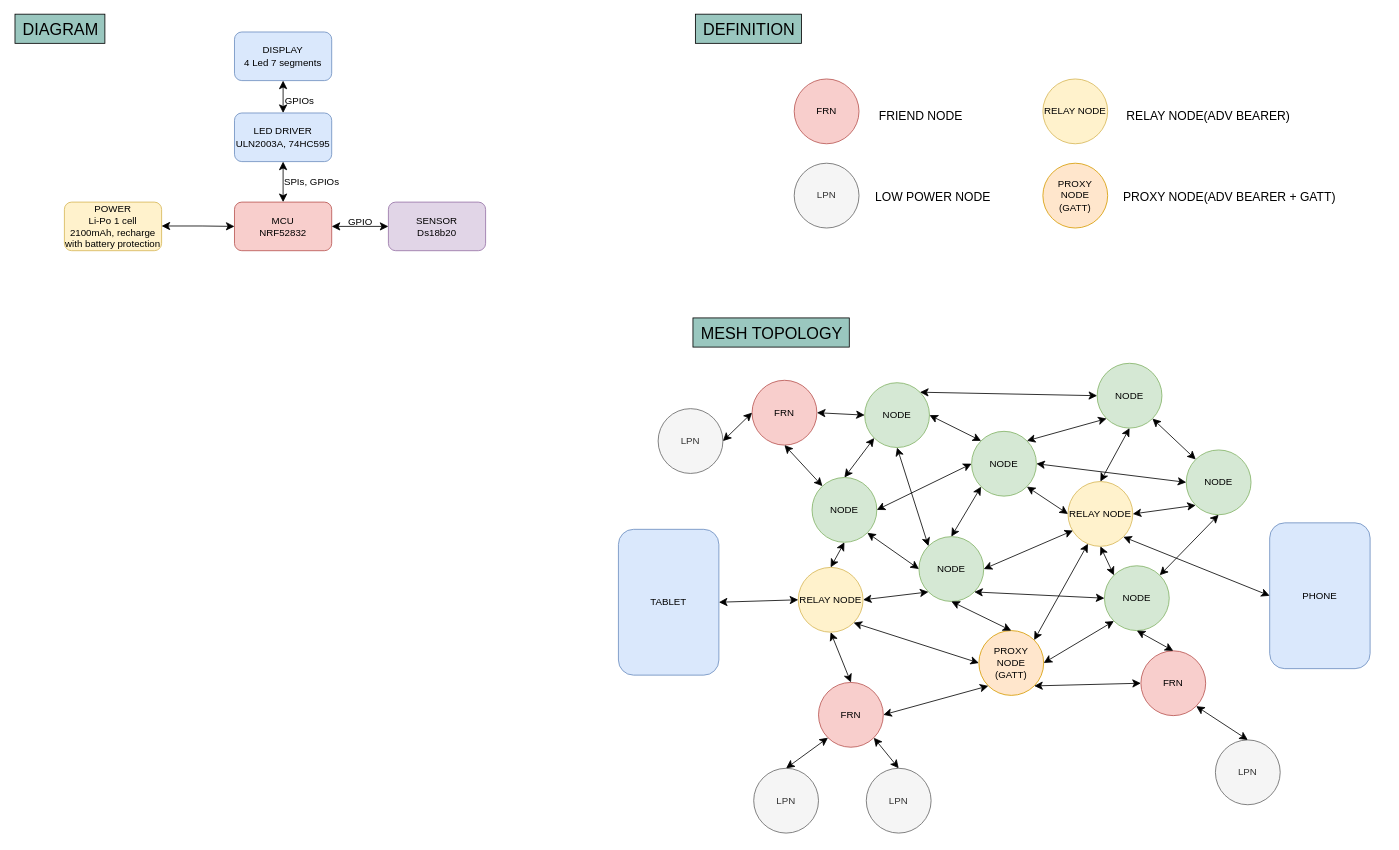
Earlier version of the draw.io diagram REFERENCE/WSN_Node.drawio (Kyuubi0323/Wireless_Sensor_Network_20231). Source tidied: cells renumbered, new cells numbered last; positions are measured from the earlier drawing's top-left corner, leaving out a move shared by most shapes. Both pictures are drawn from the tidied source at 81%, with x=0, y=0 at pixel (15, 14).
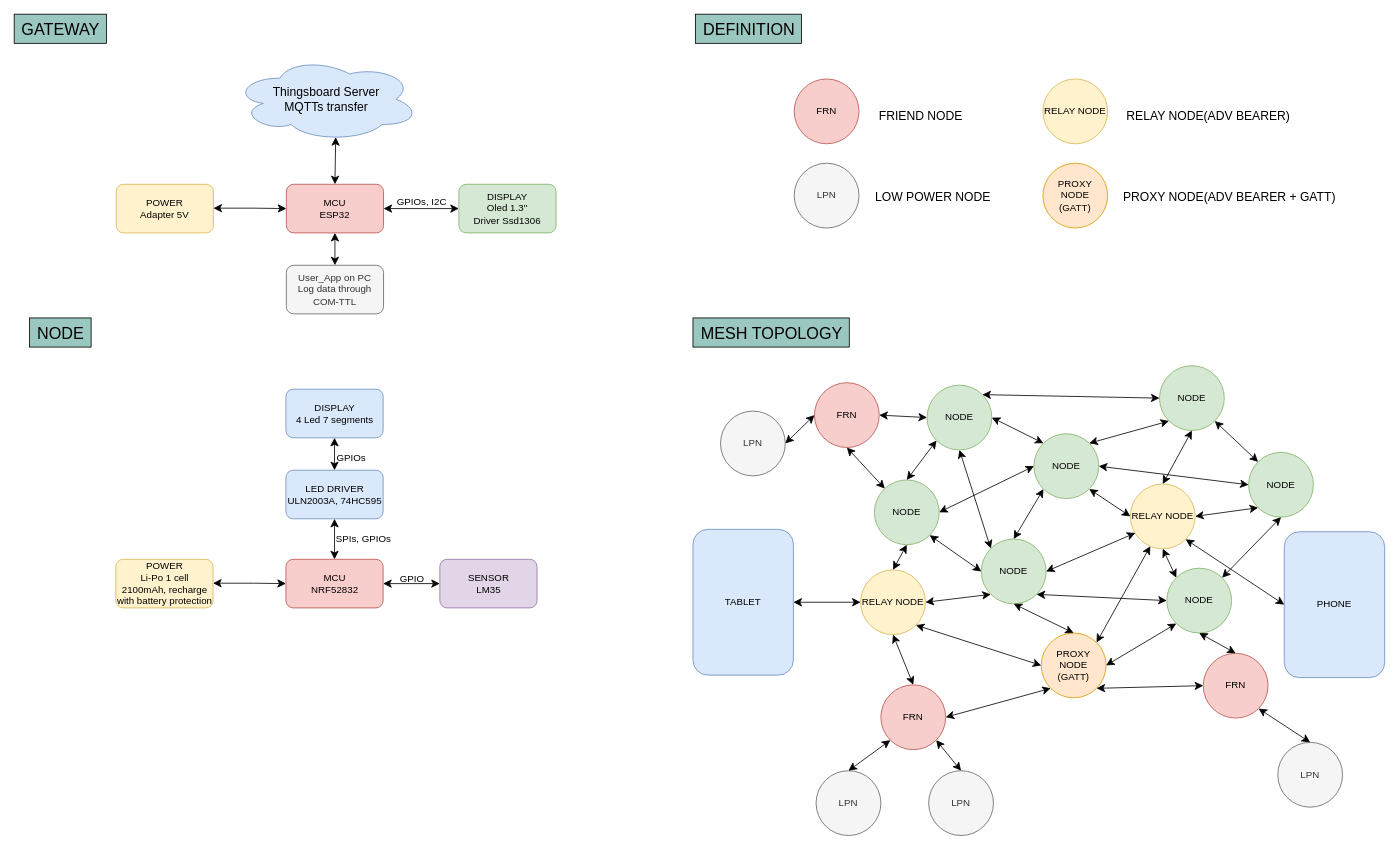
Above is the later version.

What changed in the source:
```diff
@@
     <mxCell id="2" value="MCU&lt;br&gt;NRF52832" style="rounded=1;whiteSpace=wrap;html=1;fillColor=#f8cecc;strokeColor=#b85450;" parent="1" vertex="1">
-      <mxGeometry x="271" y="232" width="120" height="60" as="geometry" />
+      <mxGeometry x="334.5" y="673" width="120" height="60" as="geometry" />
     </mxCell>
     <mxCell id="3" value="DISPLAY&lt;br&gt;4 Led 7 segments" style="rounded=1;whiteSpace=wrap;html=1;fillColor=#dae8fc;strokeColor=#6c8ebf;" parent="1" vertex="1">
-      <mxGeometry x="271" y="22" width="120" height="60" as="geometry" />
+      <mxGeometry x="334.5" y="463" width="120" height="60" as="geometry" />
     </mxCell>
     <mxCell id="4" value="LED DRIVER&lt;br&gt;ULN2003A, 74HC595" style="rounded=1;whiteSpace=wrap;html=1;fillColor=#dae8fc;strokeColor=#6c8ebf;" parent="1" vertex="1">
-      <mxGeometry x="271" y="122" width="120" height="60" as="geometry" />
+      <mxGeometry x="334.5" y="563" width="120" height="60" as="geometry" />
     </mxCell>
@@
     <mxCell id="6" value="SPIs, GPIOs" style="text;html=1;align=center;verticalAlign=middle;strokeColor=none;fillColor=none;" parent="1" vertex="1">
-      <mxGeometry x="321" y="192" width="90" height="30" as="geometry" />
+      <mxGeometry x="384.5" y="633" width="90" height="30" as="geometry" />
     </mxCell>
     <mxCell id="7" value="GPIOs" style="text;html=1;align=center;verticalAlign=middle;strokeColor=none;fillColor=none;" parent="1" vertex="1">
-      <mxGeometry x="321" y="92" width="60" height="30" as="geometry" />
+      <mxGeometry x="384.5" y="533" width="60" height="30" as="geometry" />
     </mxCell>
@@
     <mxCell id="9" value="POWER&lt;br&gt;Li-Po 1 cell&lt;br&gt;2100mAh, recharge with battery protection" style="rounded=1;whiteSpace=wrap;html=1;fillColor=#fff2cc;strokeColor=#d6b656;" parent="1" vertex="1">
-      <mxGeometry x="61" y="232" width="120" height="60" as="geometry" />
+      <mxGeometry x="124.5" y="673" width="120" height="60" as="geometry" />
     </mxCell>
     <mxCell id="10" style="edgeStyle=none;jettySize=auto;html=1;endArrow=classic;startArrow=classic;endSize=8;startSize=8;rounded=0;entryX=0;entryY=0.5;entryDx=0;entryDy=0;" parent="1" edge="1" target="2">
       <mxGeometry relative="1" as="geometry">
-        <mxPoint x="181" y="261.5" as="sourcePoint" />
+        <mxPoint x="244.5" y="702.5" as="sourcePoint" />
         <Array as="points">
-          <mxPoint x="231" y="261.5" />
+          <mxPoint x="294.5" y="702.5" />
         </Array>
       </mxGeometry>
     </mxCell>
-    <mxCell id="11" value="SENSOR&lt;br&gt;Ds18b20" style="rounded=1;whiteSpace=wrap;html=1;fillColor=#e1d5e7;strokeColor=#9673a6;" parent="1" vertex="1">
-      <mxGeometry x="461" y="232" width="120" height="60" as="geometry" />
+    <mxCell id="11" value="SENSOR&lt;br&gt;LM35" style="rounded=1;whiteSpace=wrap;html=1;fillColor=#e1d5e7;strokeColor=#9673a6;" parent="1" vertex="1">
+      <mxGeometry x="524.5" y="673" width="120" height="60" as="geometry" />
     </mxCell>
     <mxCell id="12" style="edgeStyle=none;orthogonalLoop=1;jettySize=auto;html=1;endArrow=classic;startArrow=classic;endSize=8;startSize=8;rounded=0;" parent="1" edge="1">
       <mxGeometry relative="1" as="geometry">
-        <mxPoint x="391" y="262" as="sourcePoint" />
-        <mxPoint x="461" y="262" as="targetPoint" />
+        <mxPoint x="454.5" y="703" as="sourcePoint" />
+        <mxPoint x="524.5" y="703" as="targetPoint" />
       </mxGeometry>
     </mxCell>
     <mxCell id="13" value="GPIO" style="text;html=1;align=center;verticalAlign=middle;strokeColor=none;fillColor=none;" parent="1" vertex="1">
-      <mxGeometry x="401" y="242" width="50" height="30" as="geometry" />
+      <mxGeometry x="464.5" y="683" width="50" height="30" as="geometry" />
     </mxCell>
     <mxCell id="14" value="NODE" style="ellipse;whiteSpace=wrap;html=1;fillColor=#d5e8d4;strokeColor=#82b366;" parent="1" vertex="1">
-      <mxGeometry x="1049" y="455" width="80" height="80" as="geometry" />
+      <mxGeometry x="1126" y="458" width="80" height="80" as="geometry" />
     </mxCell>
     <mxCell id="15" value="LPN" style="ellipse;whiteSpace=wrap;html=1;fillColor=#f5f5f5;fontColor=#333333;strokeColor=#666666;" parent="1" vertex="1">
-      <mxGeometry x="1482" y="896" width="80" height="80" as="geometry" />
+      <mxGeometry x="1559" y="899" width="80" height="80" as="geometry" />
     </mxCell>
     <mxCell id="16" value="FRN" style="ellipse;whiteSpace=wrap;html=1;fillColor=#f8cecc;strokeColor=#b85450;" parent="1" vertex="1">
-      <mxGeometry x="1390" y="786" width="80" height="80" as="geometry" />
+      <mxGeometry x="1467" y="789" width="80" height="80" as="geometry" />
     </mxCell>
     <mxCell id="17" value="RELAY NODE" style="ellipse;whiteSpace=wrap;html=1;fillColor=#fff2cc;strokeColor=#d6b656;" parent="1" vertex="1">
-      <mxGeometry x="967" y="683" width="80" height="80" as="geometry" />
+      <mxGeometry x="1044" y="686" width="80" height="80" as="geometry" />
     </mxCell>
     <mxCell id="18" value="FRN" style="ellipse;whiteSpace=wrap;html=1;fillColor=#f8cecc;strokeColor=#b85450;" parent="1" vertex="1">
-      <mxGeometry x="910" y="452" width="80" height="80" as="geometry" />
+      <mxGeometry x="987" y="455" width="80" height="80" as="geometry" />
     </mxCell>
     <mxCell id="19" value="LPN" style="ellipse;whiteSpace=wrap;html=1;fillColor=#f5f5f5;fontColor=#333333;strokeColor=#666666;" parent="1" vertex="1">
-      <mxGeometry x="794" y="487" width="80" height="80" as="geometry" />
+      <mxGeometry x="871" y="490" width="80" height="80" as="geometry" />
     </mxCell>
     <mxCell id="20" value="RELAY NODE" style="ellipse;whiteSpace=wrap;html=1;fillColor=#fff2cc;strokeColor=#d6b656;" parent="1" vertex="1">
-      <mxGeometry x="1300" y="577" width="80" height="80" as="geometry" />
+      <mxGeometry x="1377" y="580" width="80" height="80" as="geometry" />
     </mxCell>
     <mxCell id="21" value="NODE" style="ellipse;whiteSpace=wrap;html=1;fillColor=#d5e8d4;strokeColor=#82b366;" parent="1" vertex="1">
-      <mxGeometry x="1116" y="645" width="80" height="80" as="geometry" />
+      <mxGeometry x="1193" y="648" width="80" height="80" as="geometry" />
     </mxCell>
     <mxCell id="22" value="NODE" style="ellipse;whiteSpace=wrap;html=1;fillColor=#d5e8d4;strokeColor=#82b366;" parent="1" vertex="1">
-      <mxGeometry x="1181" y="515" width="80" height="80" as="geometry" />
+      <mxGeometry x="1258" y="518" width="80" height="80" as="geometry" />
     </mxCell>
     <mxCell id="23" value="NODE" style="ellipse;whiteSpace=wrap;html=1;fillColor=#d5e8d4;strokeColor=#82b366;" parent="1" vertex="1">
-      <mxGeometry x="984" y="572" width="80" height="80" as="geometry" />
+      <mxGeometry x="1061" y="575" width="80" height="80" as="geometry" />
     </mxCell>
     <mxCell id="24" value="LPN" style="ellipse;whiteSpace=wrap;html=1;fillColor=#f5f5f5;fontColor=#333333;strokeColor=#666666;" parent="1" vertex="1">
-      <mxGeometry x="1051" y="931" width="80" height="80" as="geometry" />
+      <mxGeometry x="1128" y="934" width="80" height="80" as="geometry" />
     </mxCell>
     <mxCell id="25" value="LPN" style="ellipse;whiteSpace=wrap;html=1;fillColor=#f5f5f5;fontColor=#333333;strokeColor=#666666;" parent="1" vertex="1">
-      <mxGeometry x="912" y="931" width="80" height="80" as="geometry" />
+      <mxGeometry x="989" y="934" width="80" height="80" as="geometry" />
     </mxCell>
     <mxCell id="26" value="PROXY NODE&lt;br&gt;(GATT)" style="ellipse;whiteSpace=wrap;html=1;fillColor=#ffe6cc;strokeColor=#d79b00;" parent="1" vertex="1">
-      <mxGeometry x="1190" y="761" width="80" height="80" as="geometry" />
+      <mxGeometry x="1267" y="764" width="80" height="80" as="geometry" />
     </mxCell>
     <mxCell id="27" value="FRN" style="ellipse;whiteSpace=wrap;html=1;fillColor=#f8cecc;strokeColor=#b85450;" parent="1" vertex="1">
-      <mxGeometry x="992" y="825" width="80" height="80" as="geometry" />
+      <mxGeometry x="1069" y="828" width="80" height="80" as="geometry" />
     </mxCell>
     <mxCell id="28" value="PHONE" style="whiteSpace=wrap;html=1;fillColor=#dae8fc;strokeColor=#6c8ebf;rounded=1;" parent="1" vertex="1">
-      <mxGeometry x="1549" y="628" width="124" height="180" as="geometry" />
+      <mxGeometry x="1567" y="639" width="124" height="180" as="geometry" />
     </mxCell>
     <mxCell id="29" value="TABLET" style="whiteSpace=wrap;html=1;fillColor=#dae8fc;strokeColor=#6c8ebf;rounded=1;" parent="1" vertex="1">
-      <mxGeometry x="745" y="636" width="124" height="180" as="geometry" />
+      <mxGeometry x="837" y="636" width="124" height="180" as="geometry" />
     </mxCell>
@@
     <mxCell id="34" value="NODE" style="ellipse;whiteSpace=wrap;html=1;fillColor=#d5e8d4;strokeColor=#82b366;" parent="1" vertex="1">
-      <mxGeometry x="1336" y="431" width="80" height="80" as="geometry" />
+      <mxGeometry x="1413" y="434" width="80" height="80" as="geometry" />
     </mxCell>
     <mxCell id="35" value="NODE" style="ellipse;whiteSpace=wrap;html=1;fillColor=#d5e8d4;strokeColor=#82b366;" parent="1" vertex="1">
-      <mxGeometry x="1446" y="538" width="80" height="80" as="geometry" />
+      <mxGeometry x="1523" y="541" width="80" height="80" as="geometry" />
     </mxCell>
     <mxCell id="36" value="NODE" style="ellipse;whiteSpace=wrap;html=1;fillColor=#d5e8d4;strokeColor=#82b366;" parent="1" vertex="1">
-      <mxGeometry x="1345" y="681" width="80" height="80" as="geometry" />
+      <mxGeometry x="1422" y="684" width="80" height="80" as="geometry" />
     </mxCell>
@@
-    <mxCell id="78" value="DIAGRAM" style="text;html=1;align=center;verticalAlign=middle;strokeColor=default;fillColor=#9AC7BF;fontSize=20;rounded=0;" parent="1" vertex="1">
-      <mxGeometry width="111" height="36" as="geometry" />
+    <mxCell id="78" value="GATEWAY" style="text;html=1;align=center;verticalAlign=middle;strokeColor=default;fillColor=#9AC7BF;fontSize=20;rounded=0;" parent="1" vertex="1">
+      <mxGeometry x="-1" width="114" height="36" as="geometry" />
     </mxCell>
+    <mxCell id="79" value="MCU&lt;br&gt;ESP32" style="rounded=1;whiteSpace=wrap;html=1;fillColor=#f8cecc;strokeColor=#b85450;" parent="1" vertex="1">
+      <mxGeometry x="335" y="210" width="120" height="60" as="geometry" />
+    </mxCell>
+    <mxCell id="80" style="edgeStyle=none;jettySize=auto;html=1;endArrow=classic;startArrow=classic;endSize=8;startSize=8;rounded=0;exitX=0.55;exitY=0.95;exitDx=0;exitDy=0;entryX=0.5;entryY=0;entryDx=0;entryDy=0;exitPerimeter=0;" parent="1" edge="1" source="86" target="79">
+      <mxGeometry relative="1" as="geometry" />
+    </mxCell>
+    <mxCell id="81" value="POWER&lt;br&gt;Adapter 5V" style="rounded=1;whiteSpace=wrap;html=1;fillColor=#fff2cc;strokeColor=#d6b656;" parent="1" vertex="1">
+      <mxGeometry x="125" y="210" width="120" height="60" as="geometry" />
+    </mxCell>
+    <mxCell id="82" style="edgeStyle=none;jettySize=auto;html=1;endArrow=classic;startArrow=classic;endSize=8;startSize=8;rounded=0;entryX=0;entryY=0.5;entryDx=0;entryDy=0;" parent="1" edge="1" target="79">
+      <mxGeometry relative="1" as="geometry">
+        <mxPoint x="245" y="239.5" as="sourcePoint" />
+        <Array as="points">
+          <mxPoint x="295" y="239.5" />
+        </Array>
+      </mxGeometry>
+    </mxCell>
+    <mxCell id="83" style="edgeStyle=none;jettySize=auto;html=1;endArrow=classic;startArrow=classic;endSize=8;startSize=8;rounded=0;entryX=0;entryY=0.5;entryDx=0;entryDy=0;" parent="1" edge="1" target="85">
+      <mxGeometry relative="1" as="geometry">
+        <mxPoint x="455" y="240" as="sourcePoint" />
+      </mxGeometry>
+    </mxCell>
+    <mxCell id="84" value="GPIOs, I2C" style="text;html=1;align=center;verticalAlign=middle;strokeColor=none;fillColor=none;" parent="1" vertex="1">
+      <mxGeometry x="462" y="219" width="79" height="26" as="geometry" />
+    </mxCell>
+    <mxCell id="85" value="DISPLAY&lt;br&gt;Oled 1.3''&lt;br&gt;Driver Ssd1306" style="rounded=1;whiteSpace=wrap;html=1;fillColor=#d5e8d4;strokeColor=#82b366;" parent="1" vertex="1">
+      <mxGeometry x="548" y="210" width="120" height="60" as="geometry" />
+    </mxCell>
+    <mxCell id="86" value="&lt;font style=&quot;font-size: 15px;&quot;&gt;Thingsboard Server&lt;br&gt;MQTTs transfer&lt;/font&gt;" style="ellipse;shape=cloud;whiteSpace=wrap;html=1;fillColor=#dae8fc;strokeColor=#6c8ebf;" parent="1" vertex="1">
+      <mxGeometry x="270" y="53" width="229" height="104" as="geometry" />
+    </mxCell>
+    <mxCell id="87" value="User_App on PC&lt;br&gt;Log data through COM-TTL" style="rounded=1;whiteSpace=wrap;html=1;fillColor=#f5f5f5;fontColor=#333333;strokeColor=#666666;" parent="1" vertex="1">
+      <mxGeometry x="335" y="310" width="120" height="60" as="geometry" />
+    </mxCell>
+    <mxCell id="88" style="edgeStyle=none;jettySize=auto;html=1;endArrow=classic;startArrow=classic;endSize=8;startSize=8;rounded=0;exitX=0.5;exitY=1;exitDx=0;exitDy=0;entryX=0.5;entryY=0;entryDx=0;entryDy=0;" parent="1" edge="1" source="79" target="87">
+      <mxGeometry relative="1" as="geometry" />
+    </mxCell>
+    <mxCell id="89" value="NODE" style="text;html=1;align=center;verticalAlign=middle;strokeColor=default;fillColor=#9AC7BF;fontSize=20;rounded=0;" parent="1" vertex="1">
+      <mxGeometry x="18" y="375" width="76" height="36" as="geometry" />
+    </mxCell>
```
